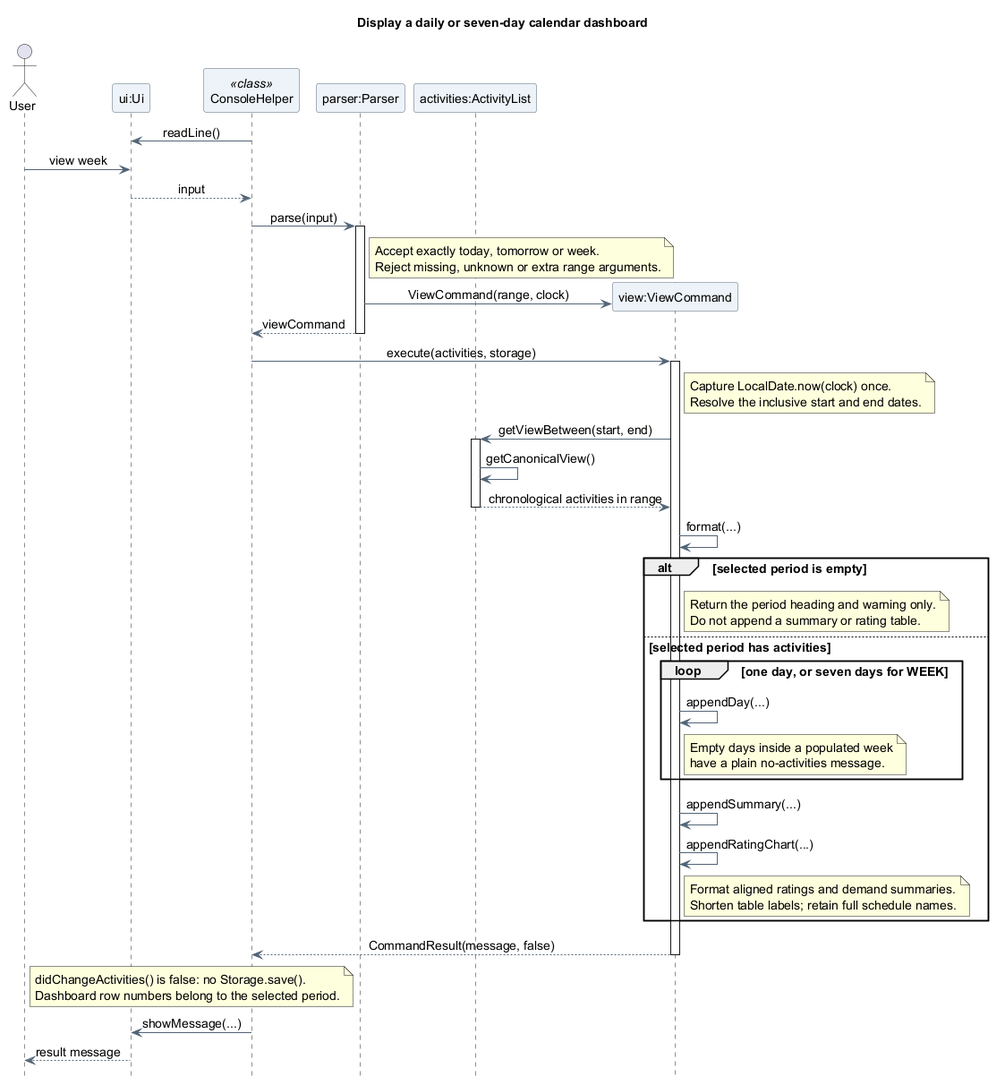
The PlantUML diagram docs/images/atharva/sequence/CalendarViewSequence.png in AY2627S1-CS2113-T10-4/tp, before a commit.
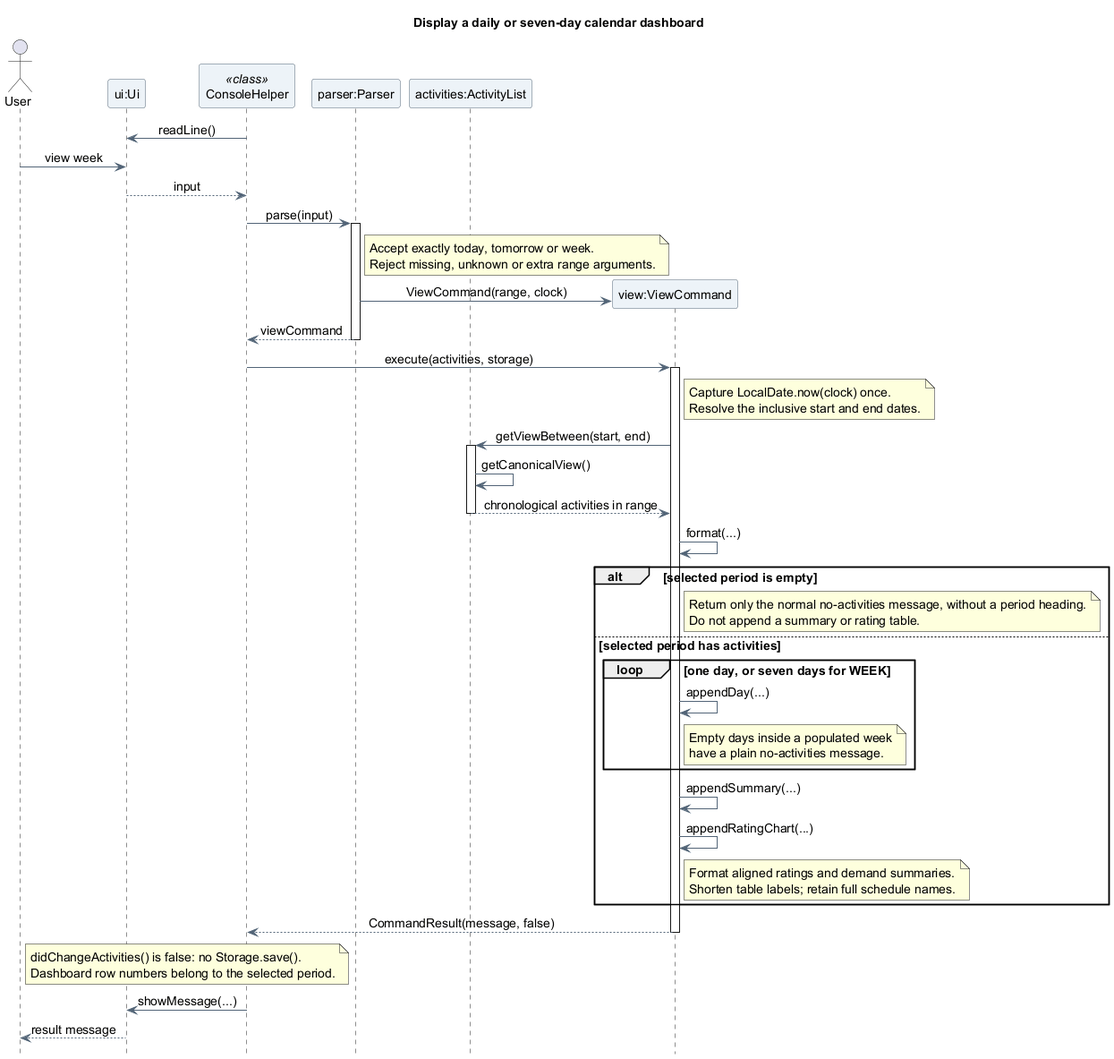
The same file after the commit.

Diff of the diagram source:
```diff
@@ -45,7 +45,7 @@
 View -> View : format(...)
 alt selected period is empty
   note right of View
-    Return the period heading and warning only.
+    Return only the normal no-activities message, without a period heading.
     Do not append a summary or rating table.
   end note
 else selected period has activities
```
